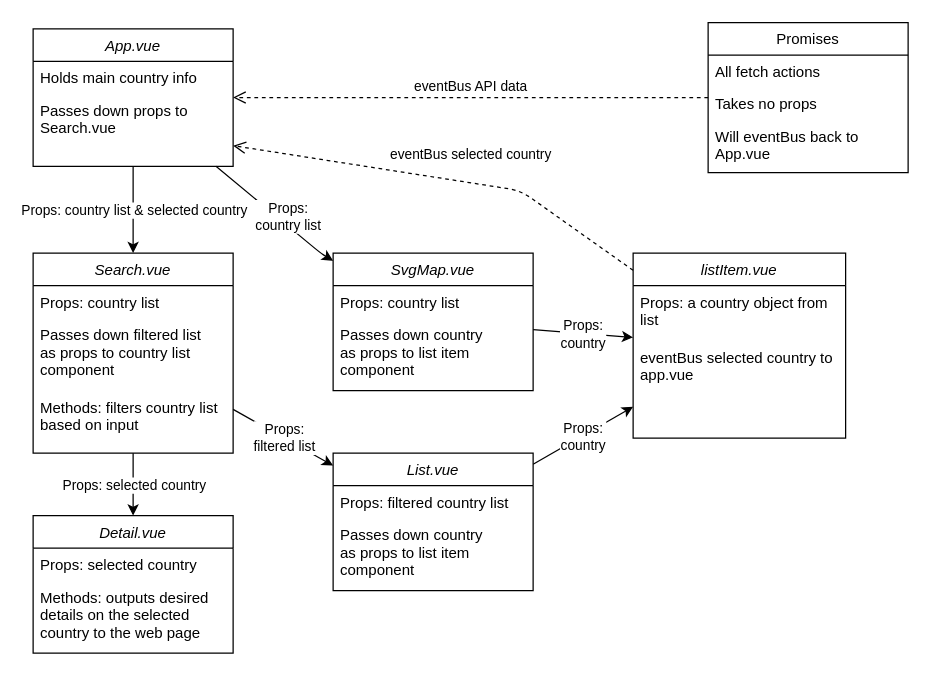
Above: client/diagrams/component_diagram.drawio in mjmccoach/geoexplorers (draw.io), before the change. Source tidied: cells renumbered, new cells numbered last; positions are measured from the earlier drawing's top-left corner, leaving out a move shared by most shapes. Both pictures are drawn from the tidied source at 125%, with x=0, y=0 at pixel (32, 22).
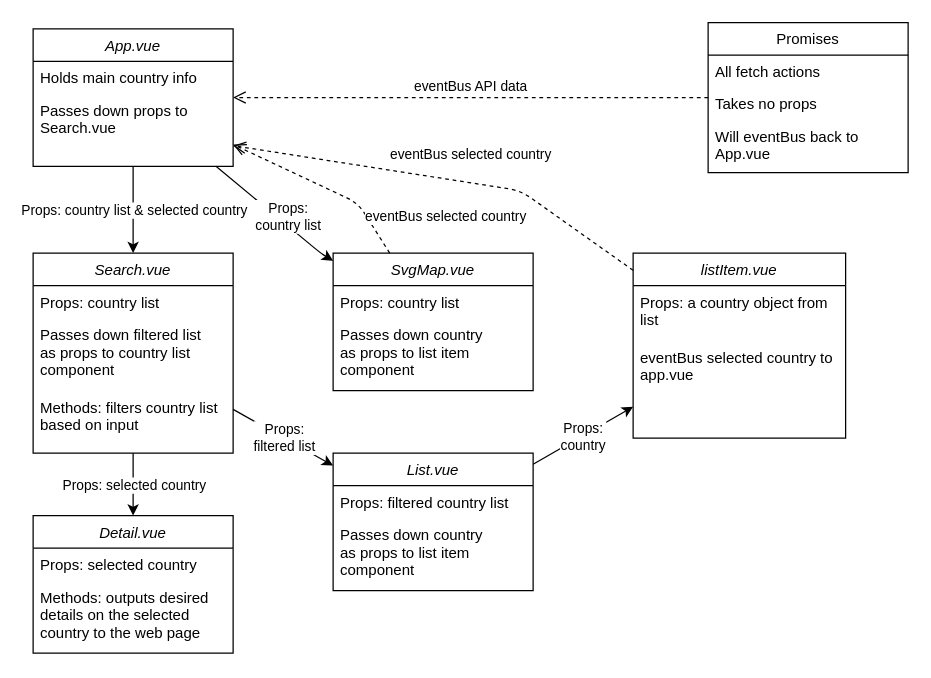
The same page after the edit.

Commit message (it also covers changes not shown here):
SvgMap.vue has been added to App.vue and now successfully renders. On click of a country on the map it will select a country from the API.

The change refers to these unchanged cells:
```xml
<mxCell id="10" value="App.vue" style="swimlane;fontStyle=2;align=center;verticalAlign=top;horizontal=1;startSize=26;rounded=0;shadow=0;strokeWidth=1;" parent="1" vertex="1">
  <mxGeometry y="4.5" width="160" height="110" as="geometry" />
</mxCell>
<mxCell id="13" value="listItem.vue" style="swimlane;fontStyle=2;align=center;verticalAlign=top;horizontal=1;startSize=26;rounded=0;shadow=0;strokeWidth=1;" parent="1" vertex="1">
  <mxGeometry x="480" y="184" width="170" height="148" as="geometry" />
</mxCell>
<mxCell id="33" value="SvgMap.vue" style="swimlane;fontStyle=2;align=center;verticalAlign=top;horizontal=1;startSize=26;rounded=0;shadow=0;strokeWidth=1;" parent="1" vertex="1">
  <mxGeometry x="240" y="184" width="160" height="110" as="geometry" />
</mxCell>
```

Change to the diagram source:
```diff
@@
-    <mxCell id="31" style="endArrow=classic;html=1;" parent="1" edge="1" source="33" target="13">
-      <mxGeometry relative="1" as="geometry" />
-    </mxCell>
-    <mxCell id="32" value="Props:&lt;br&gt;country" style="edgeLabel;html=1;align=center;verticalAlign=middle;" parent="31" vertex="1">
-      <mxGeometry relative="1" as="geometry" />
-    </mxCell>
@@
+    <mxCell id="39" value="eventBus selected country" style="html=1;verticalAlign=bottom;endArrow=open;dashed=1;endSize=8;" parent="1" edge="1" source="33" target="10">
+      <mxGeometry x="-0.34" y="-73" relative="1" as="geometry">
+        <Array as="points">
+          <mxPoint x="260" y="144" />
+        </Array>
+        <mxPoint x="43" y="88" as="offset" />
+      </mxGeometry>
+    </mxCell>
```
